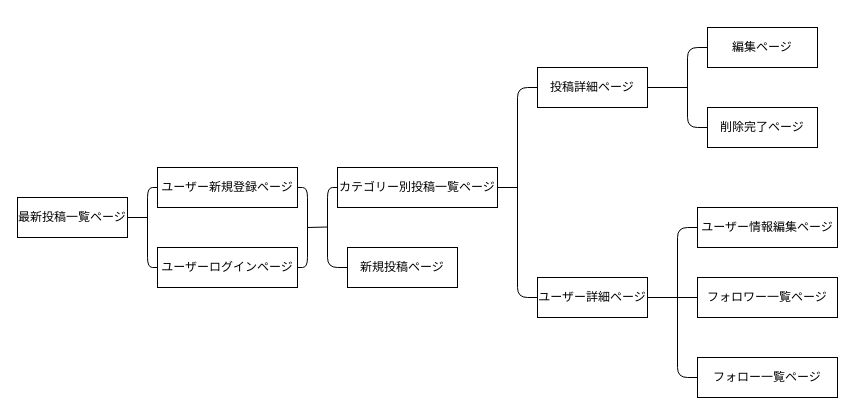
Earlier version of the draw.io diagram config/slide.dio (chicorycoffee/wineshopclub). Source tidied: cells renumbered, new cells numbered last; positions are measured from the earlier drawing's top-left corner, leaving out a move shared by most shapes. Both pictures are drawn from the tidied source at 100%, with x=0, y=0 at pixel (17, 27).
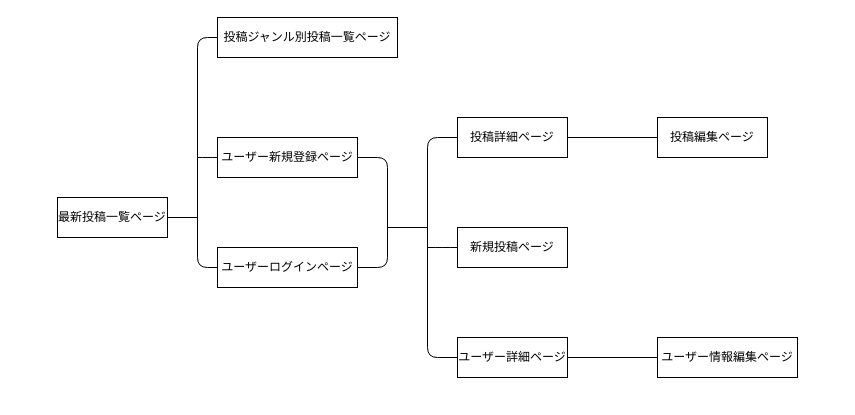
After the change.

Commit message (it also covers changes not shown here):
体裁整え・README・ER

Change to the diagram source:
```diff
@@
-    <mxCell id="2" style="edgeStyle=none;html=1;exitX=1;exitY=0.5;exitDx=0;exitDy=0;endArrow=none;endFill=0;" parent="1" edge="1" source="3">
-      <mxGeometry relative="1" as="geometry">
-        <mxPoint x="130" y="190" as="targetPoint" />
-      </mxGeometry>
-    </mxCell>
+    <mxCell id="26" style="edgeStyle=orthogonalEdgeStyle;html=1;exitX=1;exitY=0.5;exitDx=0;exitDy=0;endArrow=none;endFill=0;" parent="1" edge="1" source="3">
+      <mxGeometry relative="1" as="geometry">
+        <mxPoint x="180" y="190" as="targetPoint" />
+      </mxGeometry>
+    </mxCell>
     <mxCell id="3" value="最新投稿一覧ページ" style="whiteSpace=wrap;html=1;align=center;" parent="1" vertex="1">
-      <mxGeometry y="170" width="110" height="40" as="geometry" />
+      <mxGeometry x="40" y="170" width="110" height="40" as="geometry" />
     </mxCell>
-    <mxCell id="4" style="edgeStyle=orthogonalEdgeStyle;html=1;exitX=0;exitY=0.5;exitDx=0;exitDy=0;entryX=0;entryY=0.5;entryDx=0;entryDy=0;endArrow=none;endFill=0;" parent="1" edge="1" source="6" target="7">
-      <mxGeometry relative="1" as="geometry">
-        <Array as="points">
-          <mxPoint x="130" y="160" />
-          <mxPoint x="130" y="240" />
-        </Array>
-      </mxGeometry>
-    </mxCell>
-    <mxCell id="5" style="edgeStyle=orthogonalEdgeStyle;html=1;exitX=1;exitY=0.5;exitDx=0;exitDy=0;entryX=1;entryY=0.5;entryDx=0;entryDy=0;endArrow=none;endFill=0;" parent="1" edge="1" source="6" target="7">
-      <mxGeometry relative="1" as="geometry" />
-    </mxCell>
+    <mxCell id="27" style="edgeStyle=orthogonalEdgeStyle;html=1;exitX=0;exitY=0.5;exitDx=0;exitDy=0;endArrow=none;endFill=0;" parent="1" edge="1" source="6">
+      <mxGeometry relative="1" as="geometry">
+        <mxPoint x="180" y="130" as="targetPoint" />
+      </mxGeometry>
+    </mxCell>
+    <mxCell id="28" style="html=1;exitX=1;exitY=0.5;exitDx=0;exitDy=0;entryX=1;entryY=0.5;entryDx=0;entryDy=0;endArrow=none;endFill=0;edgeStyle=orthogonalEdgeStyle;" parent="1" edge="1" source="6" target="7">
+      <mxGeometry relative="1" as="geometry">
+        <Array as="points">
+          <mxPoint x="370" y="130" />
+          <mxPoint x="370" y="240" />
+        </Array>
+      </mxGeometry>
+    </mxCell>
     <mxCell id="6" value="ユーザー新規登録ページ" style="whiteSpace=wrap;html=1;align=center;" parent="1" vertex="1">
-      <mxGeometry x="140" y="140" width="140" height="40" as="geometry" />
+      <mxGeometry x="200" y="110" width="140" height="40" as="geometry" />
     </mxCell>
     <mxCell id="7" value="ユーザーログインページ" style="whiteSpace=wrap;html=1;align=center;" parent="1" vertex="1">
-      <mxGeometry x="140" y="220" width="140" height="40" as="geometry" />
+      <mxGeometry x="200" y="220" width="140" height="40" as="geometry" />
     </mxCell>
+    <mxCell id="29" style="edgeStyle=orthogonalEdgeStyle;html=1;exitX=1;exitY=0.5;exitDx=0;exitDy=0;endArrow=none;endFill=0;" parent="1" edge="1" source="8" target="17">
+      <mxGeometry relative="1" as="geometry" />
+    </mxCell>
     <mxCell id="8" value="ユーザー詳細ページ" style="whiteSpace=wrap;html=1;align=center;" parent="1" vertex="1">
-      <mxGeometry x="520" y="250" width="110" height="40" as="geometry" />
+      <mxGeometry x="440" y="310" width="110" height="40" as="geometry" />
     </mxCell>
-    <mxCell id="9" style="edgeStyle=orthogonalEdgeStyle;html=1;exitX=0;exitY=0.5;exitDx=0;exitDy=0;entryX=0;entryY=0.5;entryDx=0;entryDy=0;endArrow=none;endFill=0;" parent="1" edge="1" source="10" target="18">
-      <mxGeometry relative="1" as="geometry" />
-    </mxCell>
+    <mxCell id="30" style="edgeStyle=orthogonalEdgeStyle;html=1;exitX=0;exitY=0.5;exitDx=0;exitDy=0;entryX=0;entryY=0.5;entryDx=0;entryDy=0;endArrow=none;endFill=0;" parent="1" edge="1" source="10" target="7">
+      <mxGeometry relative="1" as="geometry">
+        <Array as="points">
+          <mxPoint x="180" y="10" />
+          <mxPoint x="180" y="240" />
+        </Array>
+      </mxGeometry>
+    </mxCell>
-    <mxCell id="10" value="カテゴリー別投稿一覧ページ" style="whiteSpace=wrap;html=1;align=center;" parent="1" vertex="1">
-      <mxGeometry x="320" y="140" width="160" height="40" as="geometry" />
+    <mxCell id="10" value="投稿ジャンル別投稿一覧ページ" style="whiteSpace=wrap;html=1;align=center;" parent="1" vertex="1">
+      <mxGeometry x="200" y="-10" width="180" height="40" as="geometry" />
     </mxCell>
     <mxCell id="11" style="edgeStyle=orthogonalEdgeStyle;html=1;exitX=0;exitY=0.5;exitDx=0;exitDy=0;entryX=0;entryY=0.5;entryDx=0;entryDy=0;endArrow=none;endFill=0;" parent="1" edge="1" source="12" target="8">
       <mxGeometry relative="1" as="geometry">
         <Array as="points">
-          <mxPoint x="500" y="60" />
-          <mxPoint x="500" y="270" />
+          <mxPoint x="410" y="110" />
+          <mxPoint x="410" y="330" />
         </Array>
       </mxGeometry>
     </mxCell>
+    <mxCell id="31" style="edgeStyle=orthogonalEdgeStyle;html=1;exitX=1;exitY=0.5;exitDx=0;exitDy=0;entryX=0;entryY=0.5;entryDx=0;entryDy=0;endArrow=none;endFill=0;" parent="1" edge="1" source="12" target="14">
+      <mxGeometry relative="1" as="geometry" />
+    </mxCell>
     <mxCell id="12" value="投稿詳細ページ" style="whiteSpace=wrap;html=1;align=center;" parent="1" vertex="1">
-      <mxGeometry x="520" y="40" width="110" height="40" as="geometry" />
+      <mxGeometry x="440" y="90" width="110" height="40" as="geometry" />
     </mxCell>
-    <mxCell id="13" style="edgeStyle=orthogonalEdgeStyle;html=1;exitX=0;exitY=0.5;exitDx=0;exitDy=0;entryX=0;entryY=0.5;entryDx=0;entryDy=0;endArrow=none;endFill=0;" parent="1" edge="1" source="14" target="15">
-      <mxGeometry relative="1" as="geometry">
-        <Array as="points">
-          <mxPoint x="670" y="20" />
-          <mxPoint x="670" y="100" />
-        </Array>
-      </mxGeometry>
-    </mxCell>
-    <mxCell id="14" value="編集ページ" style="whiteSpace=wrap;html=1;align=center;" parent="1" vertex="1">
-      <mxGeometry x="690" width="110" height="40" as="geometry" />
+    <mxCell id="14" value="投稿編集ページ" style="whiteSpace=wrap;html=1;align=center;" parent="1" vertex="1">
+      <mxGeometry x="640" y="90" width="110" height="40" as="geometry" />
     </mxCell>
-    <mxCell id="15" value="削除完了ページ" style="whiteSpace=wrap;html=1;align=center;" parent="1" vertex="1">
-      <mxGeometry x="690" y="80" width="110" height="40" as="geometry" />
-    </mxCell>
-    <mxCell id="16" style="edgeStyle=orthogonalEdgeStyle;html=1;exitX=0;exitY=0.5;exitDx=0;exitDy=0;entryX=0;entryY=0.5;entryDx=0;entryDy=0;endArrow=none;endFill=0;" parent="1" edge="1" source="17" target="20">
-      <mxGeometry relative="1" as="geometry">
-        <Array as="points">
-          <mxPoint x="660" y="200" />
-          <mxPoint x="660" y="350" />
-        </Array>
-      </mxGeometry>
-    </mxCell>
     <mxCell id="17" value="ユーザー情報編集ページ" style="whiteSpace=wrap;html=1;align=center;" parent="1" vertex="1">
-      <mxGeometry x="680" y="180" width="140" height="40" as="geometry" />
+      <mxGeometry x="640" y="310" width="140" height="40" as="geometry" />
     </mxCell>
+    <mxCell id="32" style="edgeStyle=orthogonalEdgeStyle;html=1;exitX=0;exitY=0.5;exitDx=0;exitDy=0;endArrow=none;endFill=0;" parent="1" edge="1" source="18">
+      <mxGeometry relative="1" as="geometry">
+        <mxPoint x="410" y="220" as="targetPoint" />
+      </mxGeometry>
+    </mxCell>
     <mxCell id="18" value="新規投稿ページ" style="whiteSpace=wrap;html=1;align=center;" parent="1" vertex="1">
-      <mxGeometry x="330" y="220" width="110" height="40" as="geometry" />
+      <mxGeometry x="440" y="200" width="110" height="40" as="geometry" />
     </mxCell>
-    <mxCell id="19" value="フォロワー一覧ページ" style="whiteSpace=wrap;html=1;align=center;" parent="1" vertex="1">
-      <mxGeometry x="680" y="250" width="140" height="40" as="geometry" />
-    </mxCell>
-    <mxCell id="20" value="フォロー一覧ページ" style="whiteSpace=wrap;html=1;align=center;" parent="1" vertex="1">
-      <mxGeometry x="680" y="330" width="140" height="40" as="geometry" />
-    </mxCell>
-    <mxCell id="21" style="endArrow=none;html=1;rounded=0;" parent="1" edge="1">
-      <mxGeometry relative="1" as="geometry">
-        <mxPoint x="290" y="200" as="sourcePoint" />
-        <mxPoint x="310" y="199.5" as="targetPoint" />
-      </mxGeometry>
-    </mxCell>
-    <mxCell id="22" style="edgeStyle=orthogonalEdgeStyle;html=1;exitX=0;exitY=0.5;exitDx=0;exitDy=0;entryX=0;entryY=0.75;entryDx=0;entryDy=0;endArrow=none;endFill=0;" parent="1" edge="1" source="6" target="6">
-      <mxGeometry relative="1" as="geometry" />
-    </mxCell>
-    <mxCell id="23" style="endArrow=none;html=1;rounded=0;exitX=1;exitY=0.5;exitDx=0;exitDy=0;" parent="1" edge="1" source="10">
-      <mxGeometry relative="1" as="geometry">
-        <mxPoint x="500" y="160" as="targetPoint" />
-      </mxGeometry>
-    </mxCell>
-    <mxCell id="24" style="endArrow=none;html=1;rounded=0;exitX=1;exitY=0.5;exitDx=0;exitDy=0;" parent="1" edge="1" source="12">
-      <mxGeometry relative="1" as="geometry">
-        <mxPoint x="670" y="60" as="targetPoint" />
-      </mxGeometry>
-    </mxCell>
-    <mxCell id="25" style="endArrow=none;html=1;rounded=0;entryX=0;entryY=0.5;entryDx=0;entryDy=0;exitX=1;exitY=0.5;exitDx=0;exitDy=0;" parent="1" edge="1" source="8" target="19">
-      <mxGeometry relative="1" as="geometry" />
-    </mxCell>
+    <mxCell id="33" style="endArrow=none;html=1;rounded=0;" parent="1" edge="1">
+      <mxGeometry relative="1" as="geometry">
+        <mxPoint x="370" y="200" as="sourcePoint" />
+        <mxPoint x="410" y="200" as="targetPoint" />
+      </mxGeometry>
+    </mxCell>
```
